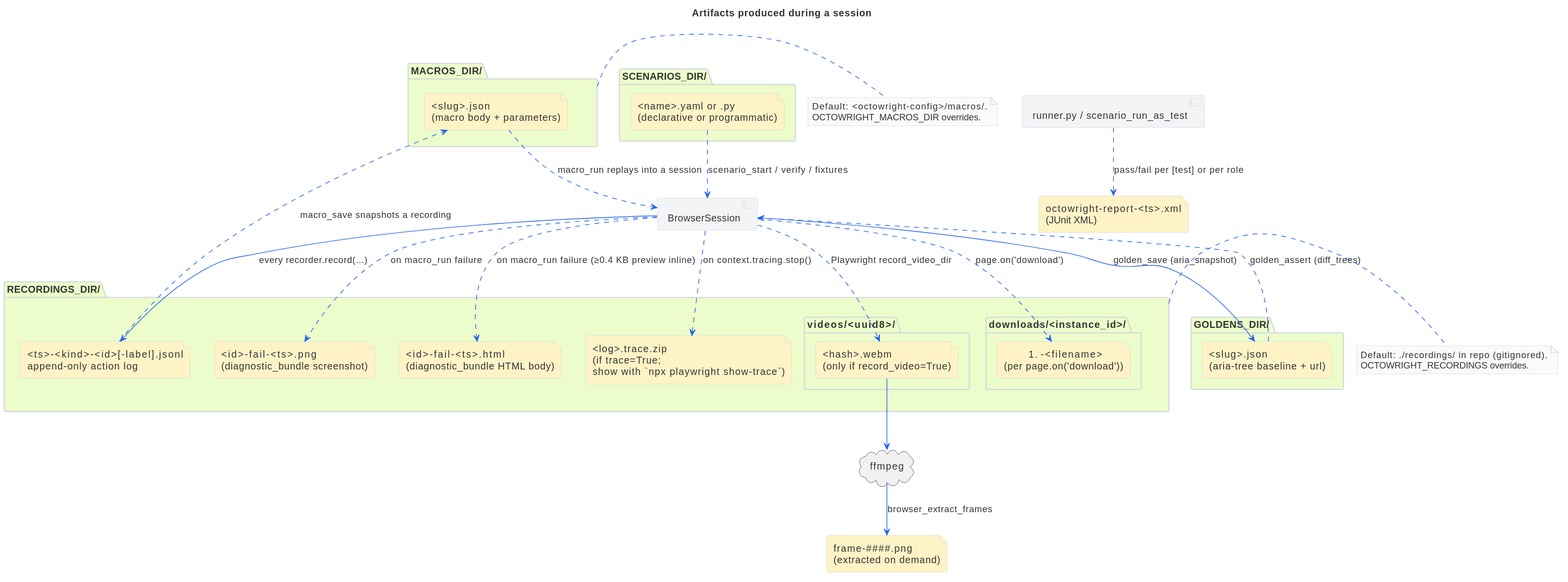
Above: docs/architecture/artifact-flow.svg in livingstaccato/octowright (PlantUML), before the change. Its source is kept beside it as docs/architecture/artifact-flow.puml.
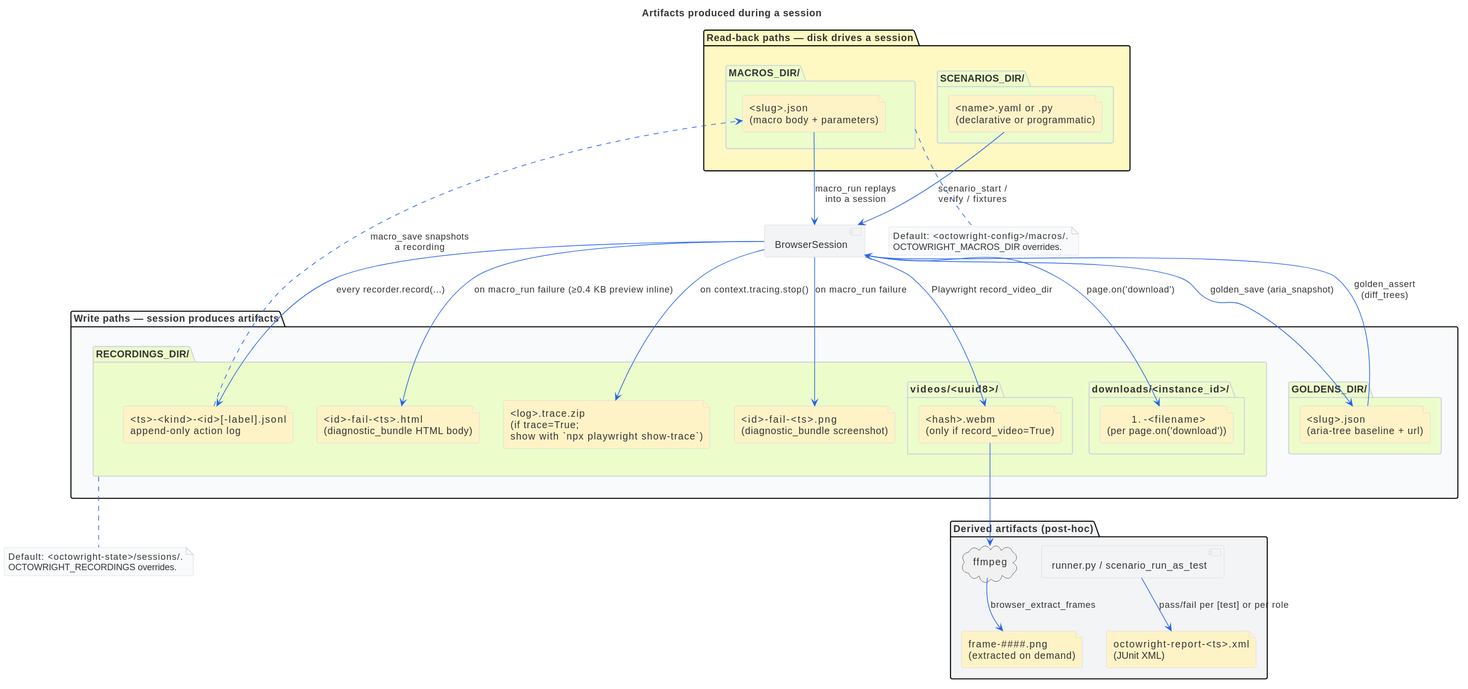
After the change.

What changed in the source:
```diff
@@ -13,63 +13,68 @@
 skinparam noteBackgroundColor #f9fafb
 skinparam noteBorderColor #d1d5db
 
+top to bottom direction
+
 [BrowserSession] as SESSION
 
-folder "RECORDINGS_DIR/" as REC {
-  file "<ts>-<kind>-<id>[-label].jsonl\nappend-only action log" as JSONL
-  folder "videos/<uuid8>/" as VDIR {
-    file "<hash>.webm\n(only if record_video=True)" as WEBM
+package "Write paths — session produces artifacts" #f9fafb {
+  folder "RECORDINGS_DIR/" as REC {
+    file "<ts>-<kind>-<id>[-label].jsonl\nappend-only action log" as JSONL
+    folder "videos/<uuid8>/" as VDIR {
+      file "<hash>.webm\n(only if record_video=True)" as WEBM
+    }
+    folder "downloads/<instance_id>/" as DLDIR {
+      file "###-<filename>\n(per page.on('download'))" as DLFILES
+    }
+    file "<id>-fail-<ts>.png\n(diagnostic_bundle screenshot)" as FAILPNG
+    file "<id>-fail-<ts>.html\n(diagnostic_bundle HTML body)" as FAILHTML
+    file "<log>.trace.zip\n(if trace=True;\nshow with `npx playwright show-trace`)" as TRACEZIP
   }
-  folder "downloads/<instance_id>/" as DLDIR {
-    file "###-<filename>\n(per page.on('download'))" as DLFILES
+
+  folder "GOLDENS_DIR/" as GOLD {
+    file "<slug>.json\n(aria-tree baseline + url)" as GOLDFILE
   }
-  file "<id>-fail-<ts>.png\n(diagnostic_bundle screenshot)" as FAILPNG
-  file "<id>-fail-<ts>.html\n(diagnostic_bundle HTML body)" as FAILHTML
-  file "<log>.trace.zip\n(if trace=True;\nshow with `npx playwright show-trace`)" as TRACEZIP
 }
 
-folder "MACROS_DIR/" as MAC {
-  file "<slug>.json\n(macro body + parameters)" as MACFILE
+SESSION --> JSONL : every recorder.record(...)
+SESSION --> WEBM : Playwright record_video_dir
+SESSION --> DLFILES : page.on('download')
+SESSION --> FAILPNG : on macro_run failure
+SESSION --> FAILHTML : on macro_run failure (≥0.4 KB preview inline)
+SESSION --> TRACEZIP : on context.tracing.stop()
+SESSION --> GOLDFILE : golden_save (aria_snapshot)
+
+package "Read-back paths — disk drives a session" #fef9c3 {
+  folder "MACROS_DIR/" as MAC {
+    file "<slug>.json\n(macro body + parameters)" as MACFILE
+  }
+  folder "SCENARIOS_DIR/" as SCN {
+    file "<name>.yaml or .py\n(declarative or programmatic)" as SCNFILE
+  }
 }
 
-folder "GOLDENS_DIR/" as GOLD {
-  file "<slug>.json\n(aria-tree baseline + url)" as GOLDFILE
+JSONL ..> MACFILE : macro_save snapshots\na recording
+MACFILE --> SESSION : macro_run replays\ninto a session
+GOLDFILE --> SESSION : golden_assert\n(diff_trees)
+SCNFILE --> SESSION : scenario_start /\nverify / fixtures
+
+package "Derived artifacts (post-hoc)" #f3f4f6 {
+  cloud "ffmpeg" as FFMPEG
+  file "frame-####.png\n(extracted on demand)" as FRAMES
+  file "octowright-report-<ts>.xml\n(JUnit XML)" as JUNIT
+  [runner.py / scenario_run_as_test] as TESTRUNNER
 }
-
-folder "SCENARIOS_DIR/" as SCN {
-  file "<name>.yaml or .py\n(declarative or programmatic)" as SCNFILE
-}
-
-cloud "ffmpeg" as FFMPEG
-file "frame-####.png\n(extracted on demand)" as FRAMES
-file "octowright-report-<ts>.xml\n(JUnit XML)" as JUNIT
-
-SESSION --> JSONL : every recorder.record(...)
-SESSION ..> WEBM : Playwright record_video_dir
-SESSION ..> DLFILES : page.on('download')
-SESSION ..> FAILPNG : on macro_run failure
-SESSION ..> FAILHTML : on macro_run failure (≥0.4 KB preview inline)
-SESSION ..> TRACEZIP : on context.tracing.stop()
-
-JSONL ..> MACFILE : macro_save snapshots a recording
-MACFILE ..> SESSION : macro_run replays into a session
-
-SESSION --> GOLDFILE : golden_save (aria_snapshot)
-GOLDFILE ..> SESSION : golden_assert (diff_trees)
-
-SCNFILE ..> SESSION : scenario_start / verify / fixtures
 
 WEBM --> FFMPEG
 FFMPEG --> FRAMES : browser_extract_frames
+TESTRUNNER --> JUNIT : pass/fail per [test] or per role
 
-[runner.py / scenario_run_as_test] ..> JUNIT : pass/fail per [test] or per role
-
-note right of REC
+note bottom of REC
   Default: <octowright-state>/sessions/.
   OCTOWRIGHT_RECORDINGS overrides.
 end note
 
-note right of MAC
+note bottom of MAC
   Default: <octowright-config>/macros/.
   OCTOWRIGHT_MACROS_DIR overrides.
 end note
```
